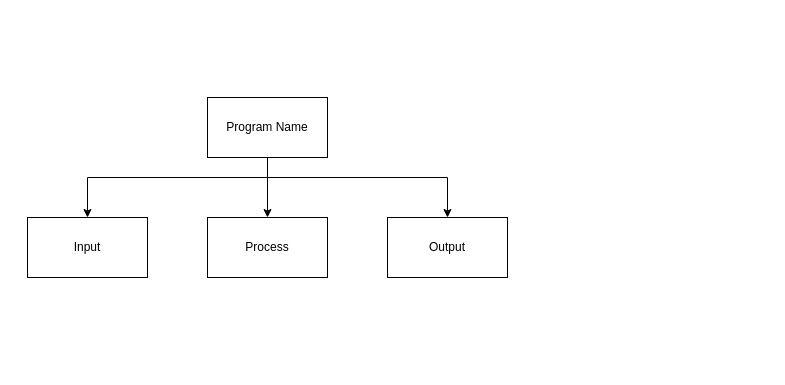
This is design/topdown.drawio from MTHS-ICS3U-2-2022/ICS3U-Assignment-5-Nina-S-Mathew, a draw.io file, before an edit. Source tidied: cells renumbered, new cells numbered last; positions are measured from the earlier drawing's top-left corner, leaving out a move shared by most shapes. Both pictures are drawn from the tidied source at 100%, with x=0, y=0 at pixel (27, 97).
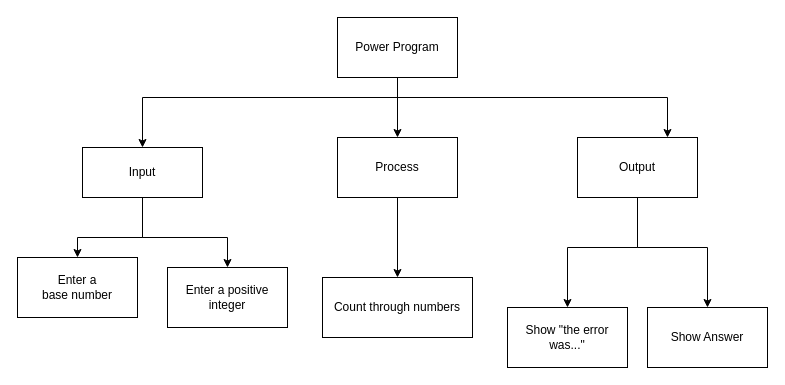
The same page after the edit.

Change to the diagram source:
```diff
@@
-    <mxCell id="2" style="edgeStyle=orthogonalEdgeStyle;html=1;rounded=0;" parent="1" edge="1" source="5" target="6">
-      <mxGeometry relative="1" as="geometry" />
-    </mxCell>
-    <mxCell id="3" style="edgeStyle=orthogonalEdgeStyle;rounded=0;html=1;" parent="1" edge="1" source="5" target="7">
-      <mxGeometry relative="1" as="geometry">
-        <Array as="points">
-          <mxPoint x="240" y="80" />
-          <mxPoint x="420" y="80" />
-        </Array>
-      </mxGeometry>
-    </mxCell>
-    <mxCell id="4" style="edgeStyle=orthogonalEdgeStyle;rounded=0;html=1;" parent="1" edge="1" source="5" target="8">
-      <mxGeometry relative="1" as="geometry">
-        <Array as="points">
-          <mxPoint x="240" y="80" />
-          <mxPoint x="60" y="80" />
-        </Array>
-      </mxGeometry>
+    <mxCell id="4" style="edgeStyle=orthogonalEdgeStyle;html=1;rounded=0;" parent="1" edge="1" source="11" target="6">
+      <mxGeometry relative="1" as="geometry" />
     </mxCell>
-    <mxCell id="5" value="Program Name" style="rounded=0;whiteSpace=wrap;html=1;" parent="1" vertex="1">
-      <mxGeometry x="180" width="120" height="60" as="geometry" />
-    </mxCell>
+    <mxCell id="9" style="edgeStyle=orthogonalEdgeStyle;rounded=0;html=1;" parent="1" edge="1" source="11" target="7">
+      <mxGeometry relative="1" as="geometry">
+        <Array as="points">
+          <mxPoint x="370" />
+          <mxPoint x="640" />
+        </Array>
+      </mxGeometry>
+    </mxCell>
+    <mxCell id="10" style="edgeStyle=none;html=1;entryX=0.5;entryY=0;entryDx=0;entryDy=0;exitX=0.5;exitY=1;exitDx=0;exitDy=0;rounded=0;" parent="1" edge="1" source="11" target="8">
+      <mxGeometry relative="1" as="geometry">
+        <Array as="points">
+          <mxPoint x="370" />
+          <mxPoint x="115" />
+        </Array>
+      </mxGeometry>
+    </mxCell>
+    <mxCell id="11" value="Power Program" style="rounded=0;whiteSpace=wrap;html=1;" parent="1" vertex="1">
+      <mxGeometry x="310" y="-80" width="120" height="60" as="geometry" />
+    </mxCell>
+    <mxCell id="12" style="edgeStyle=none;html=1;" parent="1" edge="1" source="6" target="18">
+      <mxGeometry relative="1" as="geometry" />
+    </mxCell>
     <mxCell id="6" value="Process" style="rounded=0;whiteSpace=wrap;html=1;" parent="1" vertex="1">
-      <mxGeometry x="180" y="120" width="120" height="60" as="geometry" />
+      <mxGeometry x="310" y="40" width="120" height="60" as="geometry" />
     </mxCell>
+    <mxCell id="13" style="edgeStyle=none;html=1;rounded=0;" parent="1" edge="1" source="7" target="19">
+      <mxGeometry relative="1" as="geometry">
+        <Array as="points">
+          <mxPoint x="610" y="150" />
+          <mxPoint x="540" y="150" />
+        </Array>
+      </mxGeometry>
+    </mxCell>
+    <mxCell id="14" style="edgeStyle=none;html=1;exitX=0.5;exitY=1;exitDx=0;exitDy=0;entryX=0.5;entryY=0;entryDx=0;entryDy=0;rounded=0;" parent="1" edge="1" source="7" target="20">
+      <mxGeometry relative="1" as="geometry">
+        <Array as="points">
+          <mxPoint x="610" y="150" />
+          <mxPoint x="680" y="150" />
+        </Array>
+      </mxGeometry>
+    </mxCell>
     <mxCell id="7" value="Output" style="rounded=0;whiteSpace=wrap;html=1;" parent="1" vertex="1">
-      <mxGeometry x="360" y="120" width="120" height="60" as="geometry" />
+      <mxGeometry x="550" y="40" width="120" height="60" as="geometry" />
     </mxCell>
+    <mxCell id="15" style="edgeStyle=none;rounded=0;html=1;entryX=0.5;entryY=0;entryDx=0;entryDy=0;" parent="1" edge="1" source="8" target="21">
+      <mxGeometry relative="1" as="geometry">
+        <Array as="points">
+          <mxPoint x="115" y="140" />
+          <mxPoint x="200" y="140" />
+        </Array>
+      </mxGeometry>
+    </mxCell>
+    <mxCell id="16" style="edgeStyle=none;rounded=0;html=1;entryX=0.5;entryY=0;entryDx=0;entryDy=0;" parent="1" edge="1" source="8" target="17">
+      <mxGeometry relative="1" as="geometry">
+        <Array as="points">
+          <mxPoint x="115" y="140" />
+          <mxPoint x="50" y="140" />
+        </Array>
+      </mxGeometry>
+    </mxCell>
     <mxCell id="8" value="Input" style="rounded=0;whiteSpace=wrap;html=1;" parent="1" vertex="1">
-      <mxGeometry y="120" width="120" height="60" as="geometry" />
+      <mxGeometry x="55" y="50" width="120" height="50" as="geometry" />
     </mxCell>
+    <mxCell id="17" value="Enter a &lt;br&gt;base number" style="rounded=0;whiteSpace=wrap;html=1;" parent="1" vertex="1">
+      <mxGeometry x="-10" y="160" width="120" height="60" as="geometry" />
+    </mxCell>
+    <mxCell id="18" value="Count through numbers" style="rounded=0;whiteSpace=wrap;html=1;" parent="1" vertex="1">
+      <mxGeometry x="295" y="180" width="150" height="60" as="geometry" />
+    </mxCell>
+    <mxCell id="19" value="Show &quot;the error was...&quot;" style="rounded=0;whiteSpace=wrap;html=1;" parent="1" vertex="1">
+      <mxGeometry x="480" y="210" width="120" height="60" as="geometry" />
+    </mxCell>
+    <mxCell id="20" value="Show Answer" style="rounded=0;whiteSpace=wrap;html=1;" parent="1" vertex="1">
+      <mxGeometry x="620" y="210" width="120" height="60" as="geometry" />
+    </mxCell>
+    <mxCell id="21" value="Enter a positive integer" style="rounded=0;whiteSpace=wrap;html=1;" parent="1" vertex="1">
+      <mxGeometry x="140" y="170" width="120" height="60" as="geometry" />
+    </mxCell>
```
